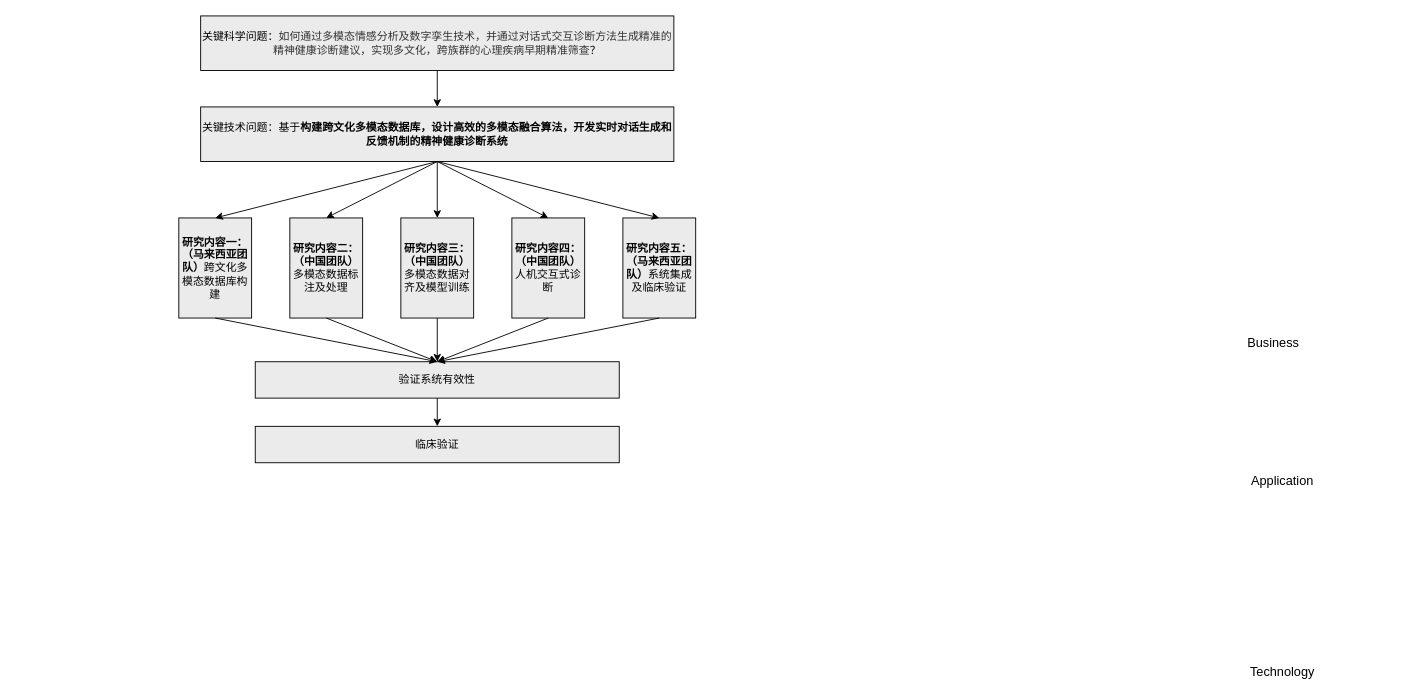
Earlier version of the draw.io diagram Untitled Diagram.drawio (Kirito12580/Liu). Source tidied: cells renumbered, new cells numbered last; positions are measured from the earlier drawing's top-left corner, leaving out a move shared by most shapes. Both pictures are drawn from the tidied source at 91%, with x=0, y=0 at pixel (178, 15).
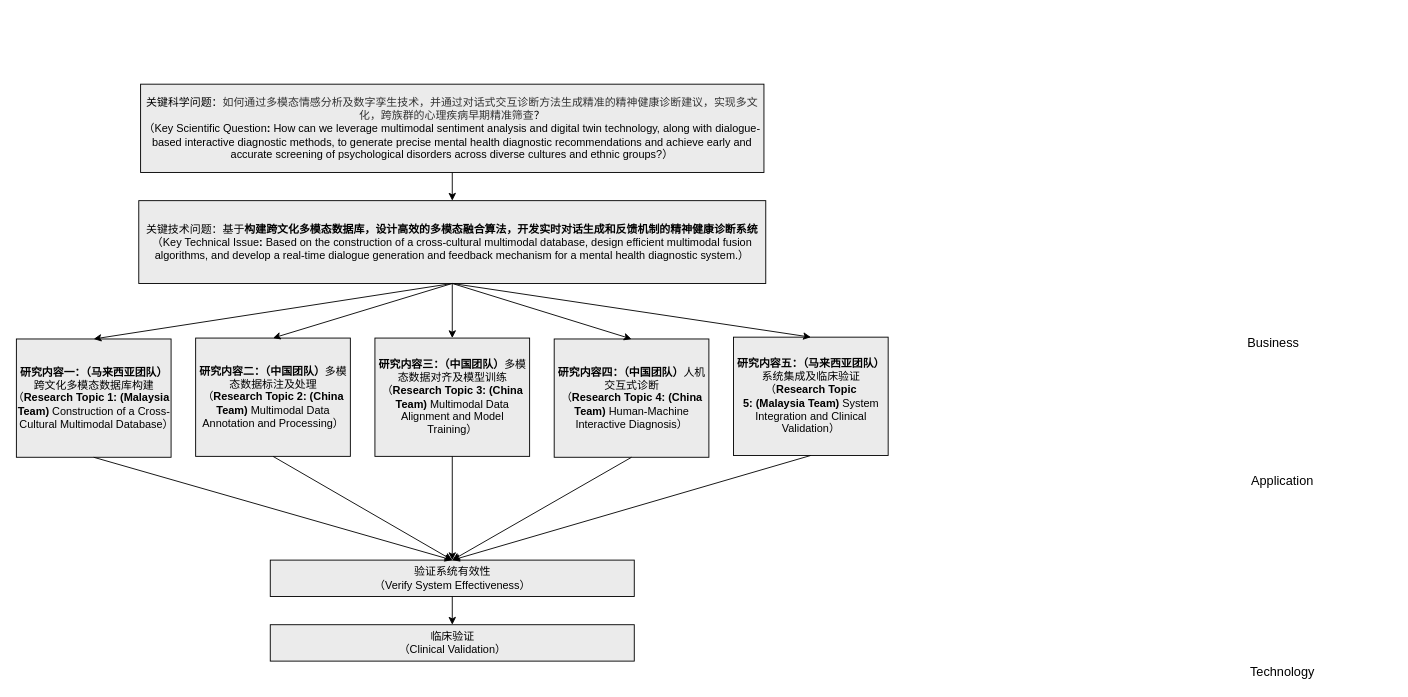
The same page after the edit.

Diff of the diagram source:
```diff
@@
-    <mxCell id="5" value="关键科学问题：&lt;span style=&quot;color: rgb(51, 51, 51); letter-spacing: 0pt; text-align: justify; text-indent: 2em;&quot;&gt;&lt;font face=&quot;Helvetica&quot; style=&quot;font-size: 12px;&quot;&gt;如何通过多模态情感分析及数字孪生技术，并通过对话式交互诊断方法生成精准的精神健康诊断建议，实现多文化，跨族群的心理疾病早期精准筛查&lt;/font&gt;&lt;/span&gt;&lt;span style=&quot;background-color: initial;&quot;&gt;？&lt;/span&gt;&lt;div style=&quot;font-size: medium; text-align: start;&quot;&gt;&lt;/div&gt;" style="html=1;outlineConnect=0;whiteSpace=wrap;fillColor=#EBEBEB;shape=mxgraph.archimate3.application;appType=generic;archiType=square;" parent="1" vertex="1">
-      <mxGeometry x="24" width="520" height="60" as="geometry" />
+    <mxCell id="5" value="关键科学问题：&lt;span style=&quot;color: rgb(51, 51, 51); letter-spacing: 0pt; text-align: justify; text-indent: 2em;&quot;&gt;&lt;font face=&quot;Helvetica&quot; style=&quot;font-size: 12px;&quot;&gt;如何通过多模态情感分析及数字孪生技术，并通过对话式交互诊断方法生成精准的精神健康诊断建议，实现多文化，跨族群的心理疾病早期精准筛查&lt;/font&gt;&lt;/span&gt;&lt;span style=&quot;background-color: initial;&quot;&gt;？&lt;/span&gt;&lt;div style=&quot;font-size: medium; text-align: start;&quot;&gt;&lt;/div&gt;&lt;div&gt;（Key Scientific Question&lt;strong&gt;:&lt;/strong&gt; How can we leverage multimodal sentiment analysis and digital twin technology, along with dialogue-based interactive diagnostic methods, to generate precise mental health diagnostic recommendations and achieve early and accurate screening of psychological disorders across diverse cultures and ethnic groups?）&lt;span style=&quot;background-color: initial;&quot;&gt;&lt;/span&gt;&lt;/div&gt;" style="html=1;outlineConnect=0;whiteSpace=wrap;fillColor=#EBEBEB;shape=mxgraph.archimate3.application;appType=generic;archiType=square;" parent="1" vertex="1">
+      <mxGeometry x="-42" y="75" width="685" height="97" as="geometry" />
     </mxCell>
-    <mxCell id="6" value="关键技术问题：基于&lt;b&gt;构建跨文化多模态数据库，&lt;/b&gt;&lt;b&gt;设计高效的多模态融合算法，开发实时对话生成和反馈机制的精神健康诊断系统&lt;/b&gt;" style="html=1;outlineConnect=0;whiteSpace=wrap;fillColor=#EBEBEB;shape=mxgraph.archimate3.application;appType=generic;archiType=square;" parent="1" vertex="1">
-      <mxGeometry x="24" y="100" width="520" height="60" as="geometry" />
+    <mxCell id="6" value="关键技术问题：基于&lt;b&gt;构建跨文化多模态数据库，&lt;/b&gt;&lt;b&gt;设计高效的多模态融合算法，开发实时对话生成和反馈机制的精神健康诊断系统&lt;/b&gt;&lt;div&gt;（&lt;span style=&quot;background-color: initial;&quot;&gt;Key Technical Issue&lt;/span&gt;&lt;strong style=&quot;background-color: initial;&quot;&gt;:&lt;/strong&gt;&lt;span style=&quot;background-color: initial;&quot;&gt;&amp;nbsp;Based on the construction of a cross-cultural multimodal database, design efficient multimodal fusion algorithms, and develop a real-time dialogue generation and feedback mechanism for a mental health diagnostic system.&lt;/span&gt;&lt;span style=&quot;background-color: initial;&quot;&gt;）&lt;/span&gt;&lt;/div&gt;" style="html=1;outlineConnect=0;whiteSpace=wrap;fillColor=#EBEBEB;shape=mxgraph.archimate3.application;appType=generic;archiType=square;" parent="1" vertex="1">
+      <mxGeometry x="-44" y="203" width="689" height="91" as="geometry" />
     </mxCell>
-    <mxCell id="7" value="&lt;b&gt;研究内容二：（中国团队）&lt;/b&gt;多模态数据标注及处理" style="html=1;outlineConnect=0;whiteSpace=wrap;fillColor=#EBEBEB;shape=mxgraph.archimate3.application;appType=generic;archiType=square;" parent="1" vertex="1">
-      <mxGeometry x="122" y="222" width="80" height="110" as="geometry" />
+    <mxCell id="7" value="&lt;b&gt;研究内容二：（中国团队）&lt;/b&gt;多模态数据标注及处理&lt;div&gt;（&lt;b&gt;Research Topic 2: (China Team)&lt;/b&gt; Multimodal Data Annotation and Processing）&lt;/div&gt;" style="html=1;outlineConnect=0;whiteSpace=wrap;fillColor=#EBEBEB;shape=mxgraph.archimate3.application;appType=generic;archiType=square;" parent="1" vertex="1">
+      <mxGeometry x="18.5" y="354" width="170" height="130" as="geometry" />
     </mxCell>
-    <mxCell id="8" value="&lt;b&gt;研究内容三：（中国团队）&lt;/b&gt;多模态数据对齐及模型训练" style="html=1;outlineConnect=0;whiteSpace=wrap;fillColor=#EBEBEB;shape=mxgraph.archimate3.application;appType=generic;archiType=square;" parent="1" vertex="1">
-      <mxGeometry x="244" y="222" width="80" height="110" as="geometry" />
+    <mxCell id="8" value="&lt;b&gt;研究内容三：（中国团队）&lt;/b&gt;多模态数据对齐及模型训练（&lt;strong style=&quot;background-color: initial;&quot;&gt;Research Topic 3:&lt;/strong&gt;&lt;span style=&quot;background-color: initial;&quot;&gt;&lt;b&gt;&amp;nbsp;(China Team) &lt;/b&gt;Multimodal Data Alignment and Model Training&lt;/span&gt;&lt;span style=&quot;background-color: initial;&quot;&gt;）&lt;/span&gt;" style="html=1;outlineConnect=0;whiteSpace=wrap;fillColor=#EBEBEB;shape=mxgraph.archimate3.application;appType=generic;archiType=square;" parent="1" vertex="1">
+      <mxGeometry x="215.5" y="354" width="170" height="130" as="geometry" />
     </mxCell>
-    <mxCell id="9" value="&lt;b&gt;研究内容四：（中国团队）&lt;/b&gt;人机交互式诊断" style="html=1;outlineConnect=0;whiteSpace=wrap;fillColor=#EBEBEB;shape=mxgraph.archimate3.application;appType=generic;archiType=square;" parent="1" vertex="1">
-      <mxGeometry x="366" y="222" width="80" height="110" as="geometry" />
+    <mxCell id="9" value="&lt;b&gt;研究内容四：（中国团队）&lt;/b&gt;人机交互式诊断&lt;div&gt;（&lt;b&gt;Research Topic 4: (China Team)&lt;/b&gt; Human-Machine Interactive Diagnosis）&lt;/div&gt;" style="html=1;outlineConnect=0;whiteSpace=wrap;fillColor=#EBEBEB;shape=mxgraph.archimate3.application;appType=generic;archiType=square;" parent="1" vertex="1">
+      <mxGeometry x="412.5" y="355" width="170" height="130" as="geometry" />
     </mxCell>
-    <mxCell id="10" value="&lt;b&gt;研究内容一：（马来西亚团队）&lt;/b&gt;跨文化多模态数据库构建" style="html=1;outlineConnect=0;whiteSpace=wrap;fillColor=#EBEBEB;shape=mxgraph.archimate3.application;appType=generic;archiType=square;" parent="1" vertex="1">
-      <mxGeometry y="222" width="80" height="110" as="geometry" />
+    <mxCell id="10" value="&lt;b&gt;研究内容一：（马来西亚团队）&lt;/b&gt;跨文化多模态数据库构建&lt;div&gt;&lt;span style=&quot;color: rgba(0, 0, 0, 0); font-family: monospace; font-size: 0px; text-align: start; text-wrap-mode: nowrap;&quot;&gt;（（（(&lt;/span&gt;&lt;span style=&quot;background-color: initial;&quot;&gt;（&lt;/span&gt;&lt;strong style=&quot;background-color: initial;&quot;&gt;Research Topic 1:&lt;/strong&gt;&lt;span style=&quot;background-color: initial;&quot;&gt; &lt;b&gt;(Malaysia Team)&lt;/b&gt; Construction of a Cross-Cultural Multimodal Database）&lt;/span&gt;&lt;span style=&quot;color: rgba(0, 0, 0, 0); font-family: monospace; font-size: 0px; text-align: start; text-wrap-mode: nowrap; background-color: initial;&quot;&gt;）&lt;/span&gt;&lt;/div&gt;" style="html=1;outlineConnect=0;whiteSpace=wrap;fillColor=#EBEBEB;shape=mxgraph.archimate3.application;appType=generic;archiType=square;" parent="1" vertex="1">
+      <mxGeometry x="-178.5" y="355" width="170" height="130" as="geometry" />
     </mxCell>
-    <mxCell id="11" value="&lt;b&gt;研究内容五：（马来西亚团队）&lt;/b&gt;系统集成及临床验证" style="html=1;outlineConnect=0;whiteSpace=wrap;fillColor=#EBEBEB;shape=mxgraph.archimate3.application;appType=generic;archiType=square;" parent="1" vertex="1">
-      <mxGeometry x="488" y="222" width="80" height="110" as="geometry" />
+    <mxCell id="11" value="&lt;b&gt;研究内容五：（马来西亚团队）&lt;/b&gt;系统集成及临床验证（&lt;strong style=&quot;background-color: initial;&quot;&gt;Research Topic 5:&lt;/strong&gt;&lt;span style=&quot;background-color: initial;&quot;&gt;&lt;b&gt;&amp;nbsp;(Malaysia Team)&lt;/b&gt; System Integration and Clinical Validation&lt;/span&gt;&lt;span style=&quot;background-color: initial;&quot;&gt;）&lt;/span&gt;" style="html=1;outlineConnect=0;whiteSpace=wrap;fillColor=#EBEBEB;shape=mxgraph.archimate3.application;appType=generic;archiType=square;" parent="1" vertex="1">
+      <mxGeometry x="609.5" y="353" width="170" height="130" as="geometry" />
     </mxCell>
-    <mxCell id="12" value="验证系统有效性" style="html=1;outlineConnect=0;whiteSpace=wrap;fillColor=#EBEBEB;shape=mxgraph.archimate3.application;appType=generic;archiType=square;" parent="1" vertex="1">
-      <mxGeometry x="84" y="380" width="400" height="40" as="geometry" />
+    <mxCell id="12" value="验证系统有效性&lt;div&gt;（Verify System Effectiveness）&lt;/div&gt;" style="html=1;outlineConnect=0;whiteSpace=wrap;fillColor=#EBEBEB;shape=mxgraph.archimate3.application;appType=generic;archiType=square;" parent="1" vertex="1">
+      <mxGeometry x="100.5" y="598" width="400" height="40" as="geometry" />
     </mxCell>
-    <mxCell id="13" value="临床验证" style="html=1;outlineConnect=0;whiteSpace=wrap;fillColor=#EBEBEB;shape=mxgraph.archimate3.application;appType=generic;archiType=square;" parent="1" vertex="1">
-      <mxGeometry x="84" y="451" width="400" height="40" as="geometry" />
+    <mxCell id="13" value="临床验证&lt;div&gt;（Clinical Validation）&lt;/div&gt;" style="html=1;outlineConnect=0;whiteSpace=wrap;fillColor=#EBEBEB;shape=mxgraph.archimate3.application;appType=generic;archiType=square;" parent="1" vertex="1">
+      <mxGeometry x="100.5" y="669" width="400" height="40" as="geometry" />
     </mxCell>
```
